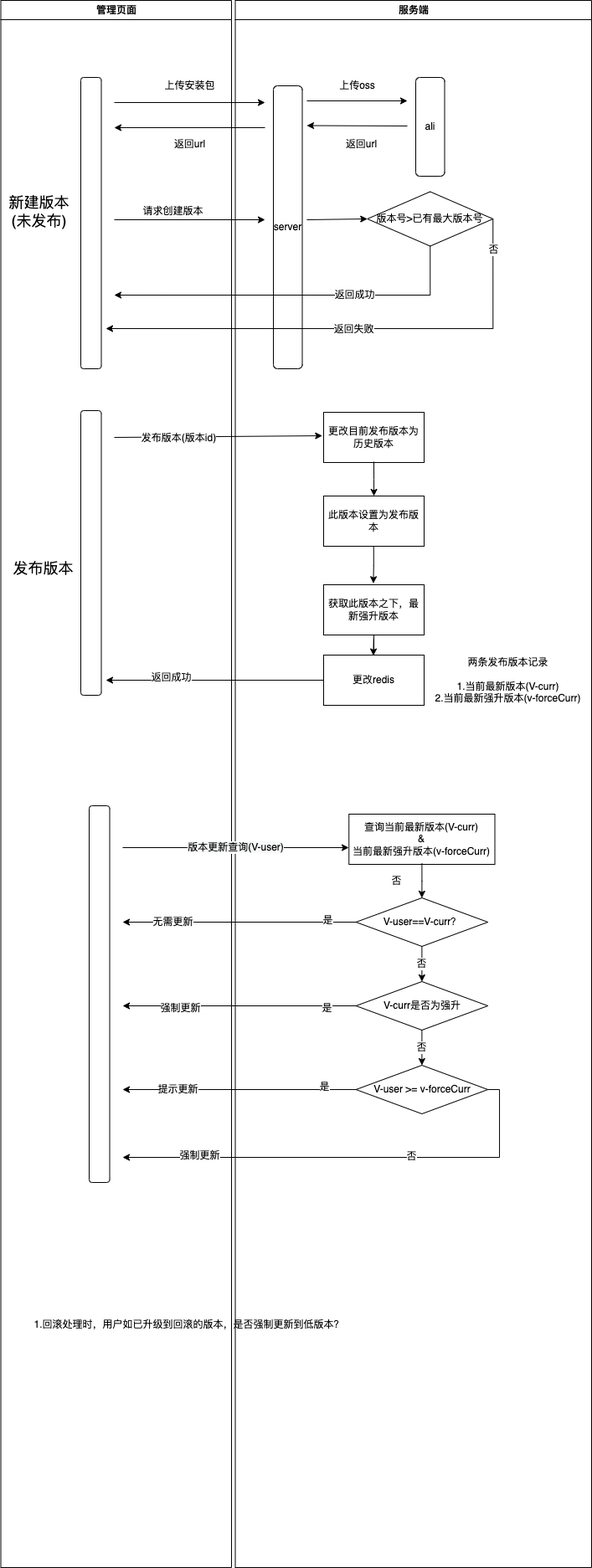
The draw.io diagram ota-create-version.drawio.png in lh-hugh/mocha-demos, before a commit. Source tidied: cells renumbered, new cells last; positions are measured from the earlier drawing's top-left corner, leaving out a move shared by most shapes.
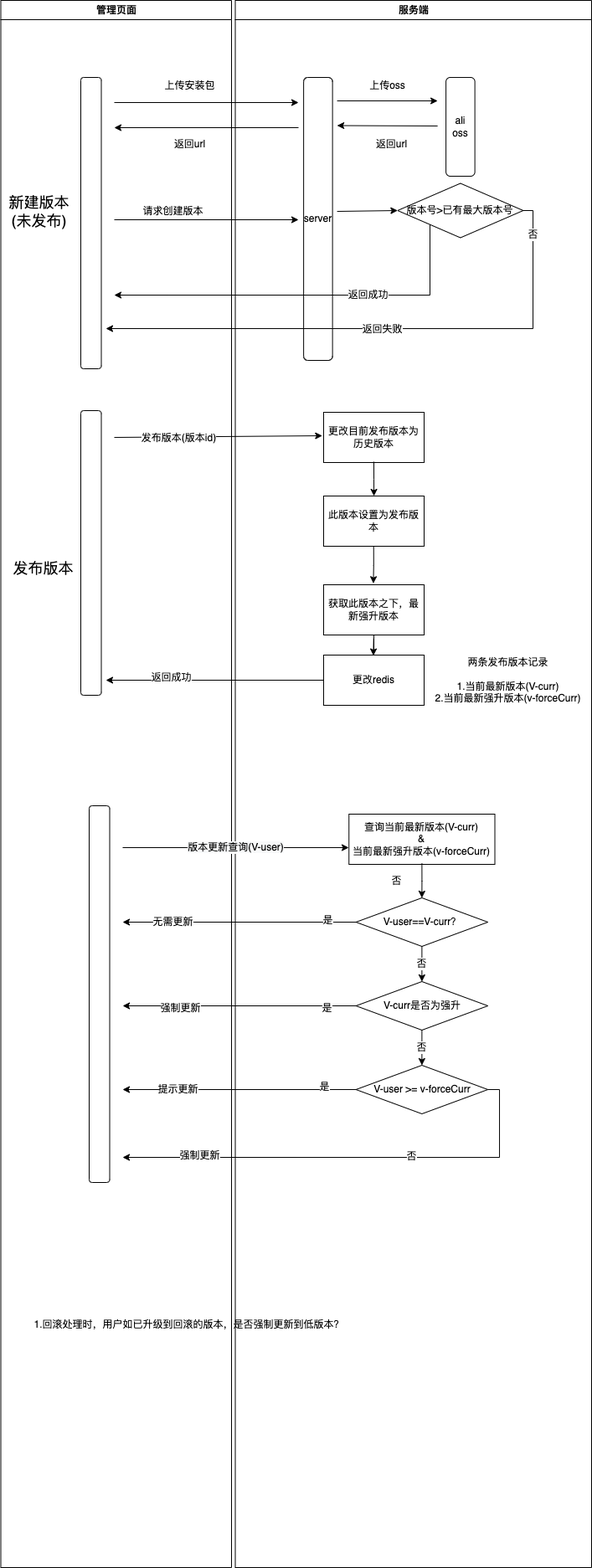
After the commit.

The edit, as a diff of the source:
```diff
@@ -17,7 +17,7 @@
     <mxCell id="6" style="endArrow=classic;html=1;rounded=0;" parent="2" edge="1">
       <mxGeometry relative="1" as="geometry">
         <mxPoint x="135.5" y="262" as="sourcePoint" />
-        <mxPoint x="315.5" y="262" as="targetPoint" />
+        <mxPoint x="355.5" y="262" as="targetPoint" />
       </mxGeometry>
     </mxCell>
     <mxCell id="7" value="请求创建版本" style="text;html=1;align=center;verticalAlign=middle;strokeColor=none;fillColor=none;" parent="2" vertex="1">
@@ -38,32 +38,32 @@
     <mxCell id="12" value="服务端" style="swimlane;whiteSpace=wrap;" parent="1" vertex="1">
       <mxGeometry x="280.5" width="425.5" height="1872" as="geometry" />
     </mxCell>
-    <mxCell id="13" value="ali" style="rounded=1;whiteSpace=wrap;html=1;" parent="12" vertex="1">
-      <mxGeometry x="215.5" y="92" width="34.5" height="118" as="geometry" />
+    <mxCell id="13" value="ali oss" style="rounded=1;whiteSpace=wrap;html=1;" parent="12" vertex="1">
+      <mxGeometry x="251.6" y="92" width="34.5" height="118" as="geometry" />
     </mxCell>
     <mxCell id="14" value="server" style="rounded=1;whiteSpace=wrap;html=1;" parent="12" vertex="1">
-      <mxGeometry x="45.5" y="102" width="34.5" height="338" as="geometry" />
+      <mxGeometry x="81.6" y="92" width="34.5" height="338" as="geometry" />
     </mxCell>
     <mxCell id="15" style="endArrow=classic;html=1;rounded=0;startArrow=none;" parent="12" edge="1">
       <mxGeometry relative="1" as="geometry">
-        <mxPoint x="85.5" y="120" as="sourcePoint" />
-        <mxPoint x="205.5" y="120" as="targetPoint" />
+        <mxPoint x="121.6" y="120" as="sourcePoint" />
+        <mxPoint x="241.6" y="120" as="targetPoint" />
       </mxGeometry>
     </mxCell>
     <mxCell id="16" value="上传oss" style="text;html=1;align=center;verticalAlign=middle;strokeColor=none;fillColor=none;" parent="12" vertex="1">
-      <mxGeometry x="115.5" y="92" width="60" height="20" as="geometry" />
+      <mxGeometry x="151.6" y="92" width="60" height="20" as="geometry" />
     </mxCell>
     <mxCell id="17" style="endArrow=classic;html=1;rounded=0;" parent="12" edge="1">
       <mxGeometry relative="1" as="geometry">
-        <mxPoint x="205.5" y="150" as="sourcePoint" />
-        <mxPoint x="85.5" y="149.5" as="targetPoint" />
+        <mxPoint x="241.6" y="150" as="sourcePoint" />
+        <mxPoint x="121.6" y="149.5" as="targetPoint" />
       </mxGeometry>
     </mxCell>
     <mxCell id="18" value="返回url" style="text;html=1;align=center;verticalAlign=middle;strokeColor=none;fillColor=none;" parent="12" vertex="1">
-      <mxGeometry x="125.5" y="162" width="50" height="20" as="geometry" />
+      <mxGeometry x="161.6" y="162" width="50" height="20" as="geometry" />
     </mxCell>
     <mxCell id="19" value="&lt;span&gt;版本号&amp;gt;已有最大版本号&lt;/span&gt;" style="rhombus;whiteSpace=wrap;html=1;fillColor=rgb(255, 255, 255);strokeColor=rgb(0, 0, 0);fontColor=rgb(0, 0, 0);" parent="12" vertex="1">
-      <mxGeometry x="157.8" y="228.5" width="150" height="65" as="geometry" />
+      <mxGeometry x="193.9" y="218.5" width="150" height="65" as="geometry" />
     </mxCell>
     <mxCell id="20" value="查询当前最新版本(V-curr)&lt;br&gt;&amp;amp;&lt;br&gt;当前最新强升版本(v-forceCurr)" style="whiteSpace=wrap;html=1;fillColor=rgb(255, 255, 255);strokeColor=rgb(0, 0, 0);fontColor=rgb(0, 0, 0);" parent="12" vertex="1">
       <mxGeometry x="135.8" y="972" width="174.2" height="60" as="geometry" />
@@ -132,18 +132,18 @@
     <mxCell id="37" style="endArrow=classic;html=1;rounded=0;" parent="1" edge="1">
       <mxGeometry relative="1" as="geometry">
         <mxPoint x="136" y="122" as="sourcePoint" />
-        <mxPoint x="316" y="122" as="targetPoint" />
+        <mxPoint x="356" y="122" as="targetPoint" />
       </mxGeometry>
     </mxCell>
     <mxCell id="38" style="endArrow=classic;html=1;rounded=0;" parent="1" edge="1">
       <mxGeometry relative="1" as="geometry">
-        <mxPoint x="316" y="152" as="sourcePoint" />
+        <mxPoint x="356" y="152" as="sourcePoint" />
         <mxPoint x="136" y="152" as="targetPoint" />
       </mxGeometry>
     </mxCell>
     <mxCell id="39" style="endArrow=classic;html=1;rounded=0;entryX=0;entryY=0.5;entryDx=0;entryDy=0;" parent="1" edge="1" target="19">
       <mxGeometry relative="1" as="geometry">
-        <mxPoint x="366" y="262" as="sourcePoint" />
+        <mxPoint x="402.1" y="252" as="sourcePoint" />
       </mxGeometry>
     </mxCell>
     <mxCell id="40" style="rounded=1;whiteSpace=wrap;html=1;" parent="1" vertex="1">
@@ -159,7 +159,8 @@
       <mxGeometry relative="1" as="geometry">
         <mxPoint x="126" y="392" as="targetPoint" />
         <Array as="points">
-          <mxPoint x="588" y="392" />
+          <mxPoint x="636" y="251" />
+          <mxPoint x="636" y="392" />
         </Array>
       </mxGeometry>
     </mxCell>
```
